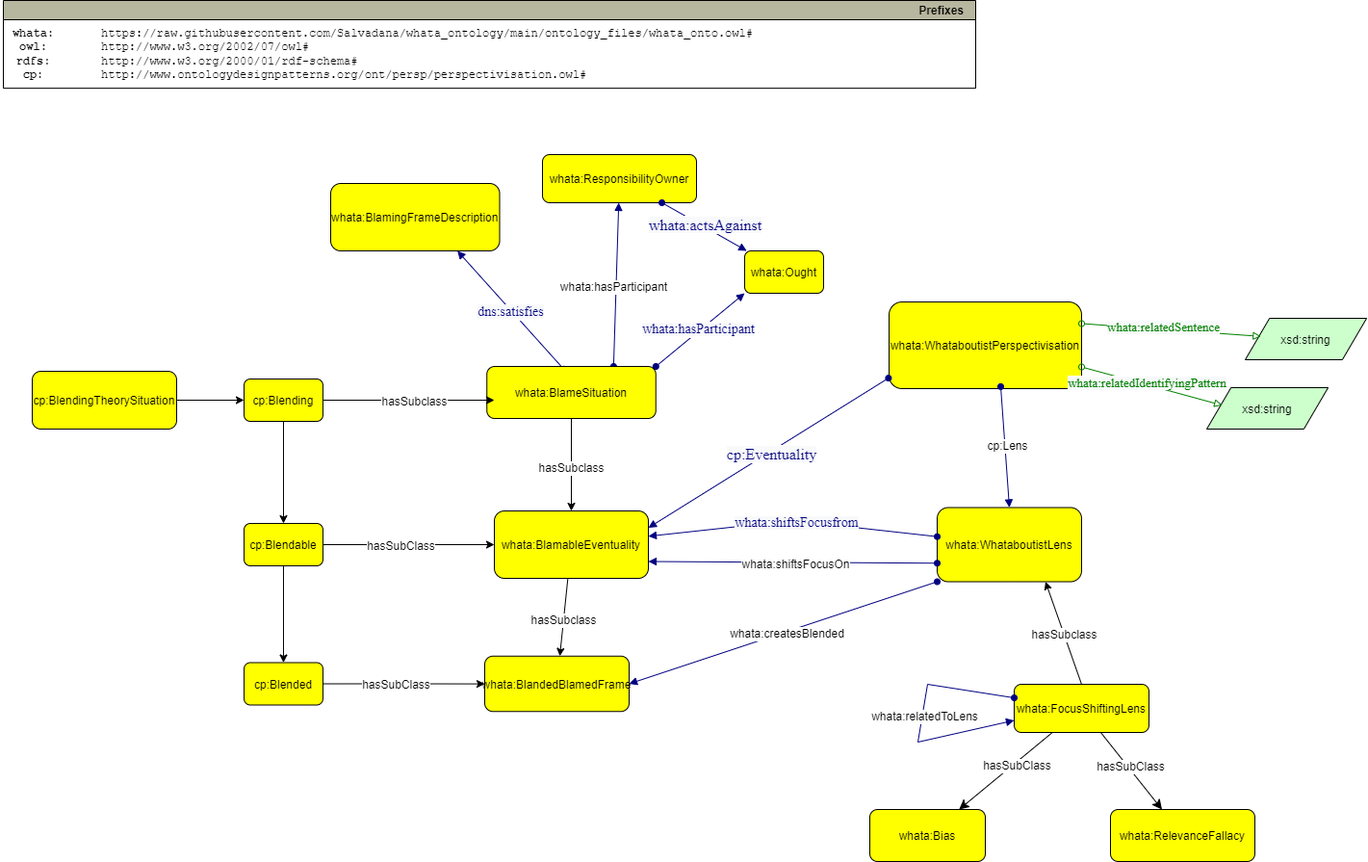
This is ontology/graffoo_core_diagram/whata_core.drawio.png from Salvadana/whata_ontology, a draw.io export, as it was before one commit. Source tidied: cells renumbered, new cells last; positions are measured from the earlier drawing's top-left corner, leaving out a move shared by most shapes.
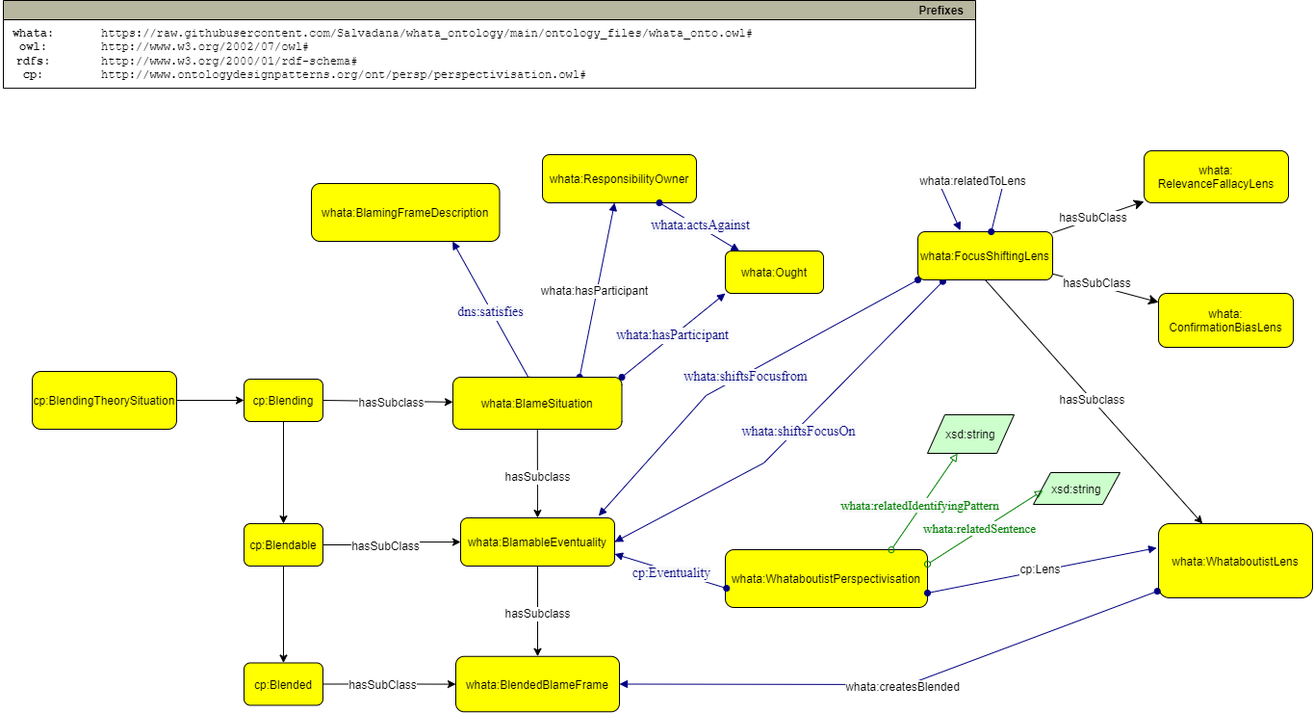
The same file after the commit.

Diff of the diagram source:
```diff
@@ -3,7 +3,7 @@
     <mxCell id="0" />
     <mxCell id="1" parent="0" />
     <mxCell id="2" value="whata:BlamableEventuality" style="graphMlID=n4;shape=rect;rounded=1;arcsize=30;fillColor=#ffff00;strokeColor=#000000;strokeWidth=1.0;" parent="1" vertex="1">
-      <mxGeometry x="514" y="530" width="160" height="70" as="geometry" />
+      <mxGeometry x="479" y="537" width="160" height="50" as="geometry" />
     </mxCell>
     <mxCell id="3" style="edgeStyle=orthogonalEdgeStyle;rounded=0;jettySize=auto;html=1;" parent="1" edge="1" source="4" target="8">
       <mxGeometry relative="1" as="geometry" />
@@ -38,7 +38,7 @@
       <mxGeometry x="564" y="160" width="160" height="50" as="geometry" />
     </mxCell>
     <mxCell id="13" value="whata:Ought" style="graphMlID=n4;shape=rect;rounded=1;arcsize=30;fillColor=#ffff00;strokeColor=#000000;strokeWidth=1.0;" parent="1" vertex="1">
-      <mxGeometry x="774" y="260" width="82" height="44" as="geometry" />
+      <mxGeometry x="754" y="260" width="102" height="44" as="geometry" />
     </mxCell>
     <mxCell id="14" style="graphMlID=e0;rounded=0;endArrow=block;strokeColor=#000080;strokeWidth=1.0;startArrow=oval;startFill=1;endFill=1;exitX=1;exitY=0;exitDx=0;exitDy=0;entryX=0;entryY=1;entryDx=0;entryDy=0;" parent="1" edge="1" source="36" target="13">
       <mxGeometry relative="1" as="geometry" />
@@ -49,30 +49,34 @@
     <mxCell id="16" style="graphMlID=e0;rounded=0;endArrow=block;strokeColor=#000080;strokeWidth=1.0;startArrow=oval;startFill=1;endFill=1;" parent="1" edge="1" source="12" target="13">
       <mxGeometry relative="1" as="geometry" />
     </mxCell>
-    <mxCell id="17" value="&lt;span style=&quot;color: rgb(0 , 0 , 128) ; font-family: &amp;quot;dialog&amp;quot; ; font-size: 16px ; background-color: rgb(248 , 249 , 250)&quot;&gt;whata:actsAgainst&lt;/span&gt;" style="text;html=1;align=center;verticalAlign=middle;labelBackgroundColor=#ffffff;" parent="16" vertex="1">
+    <mxCell id="17" value="&lt;span style=&quot;color: rgb(0, 0, 128); font-family: dialog; background-color: rgb(248, 249, 250);&quot;&gt;&lt;font style=&quot;font-size: 14px;&quot;&gt;whata:actsAgainst&lt;/font&gt;&lt;/span&gt;" style="text;html=1;align=center;verticalAlign=middle;labelBackgroundColor=#ffffff;" parent="16" vertex="1">
       <mxGeometry x="-0.02" y="2" relative="1" as="geometry" />
     </mxCell>
     <mxCell id="18" value="whata:WhataboutistLens" style="graphMlID=n4;shape=rect;rounded=1;arcsize=30;fillColor=#ffff00;strokeColor=#000000;strokeWidth=1.0;" parent="1" vertex="1">
-      <mxGeometry x="974" y="526.5" width="150" height="77" as="geometry" />
+      <mxGeometry x="1204" y="543" width="160" height="77" as="geometry" />
     </mxCell>
-    <mxCell id="19" style="graphMlID=e0;rounded=0;endArrow=block;strokeColor=#000080;strokeWidth=1.0;startArrow=oval;startFill=1;endFill=1;" parent="1" edge="1" source="18" target="2">
+    <mxCell id="19" style="graphMlID=e0;rounded=0;endArrow=block;strokeColor=#000080;strokeWidth=1.0;startArrow=oval;startFill=1;endFill=1;exitX=0;exitY=1;exitDx=0;exitDy=0;entryX=0.896;entryY=-0.043;entryDx=0;entryDy=0;entryPerimeter=0;" parent="1" edge="1" source="41" target="2">
       <mxGeometry relative="1" as="geometry">
         <Array as="points">
-          <mxPoint x="824" y="540" />
+          <mxPoint x="734" y="410" />
         </Array>
       </mxGeometry>
     </mxCell>
     <mxCell id="20" value="&lt;span style=&quot;color: rgb(0, 0, 128); font-family: dialog; background-color: rgb(248, 249, 250);&quot;&gt;&lt;font style=&quot;font-size: 14px;&quot;&gt;whata:shiftsFocusfrom&lt;/font&gt;&lt;/span&gt;" style="text;html=1;align=center;verticalAlign=middle;labelBackgroundColor=#ffffff;" parent="19" vertex="1">
       <mxGeometry x="-0.02" y="2" relative="1" as="geometry" />
     </mxCell>
-    <mxCell id="21" style="graphMlID=e0;rounded=0;endArrow=block;strokeColor=#000080;strokeWidth=1.0;startArrow=oval;startFill=1;endFill=1;entryX=1;entryY=0.75;entryDx=0;entryDy=0;exitX=0;exitY=0.75;exitDx=0;exitDy=0;" parent="1" edge="1" source="18" target="2">
-      <mxGeometry relative="1" as="geometry" />
+    <mxCell id="21" style="graphMlID=e0;rounded=0;endArrow=block;strokeColor=#000080;strokeWidth=1.0;startArrow=oval;startFill=1;endFill=1;entryX=1;entryY=0.5;entryDx=0;entryDy=0;exitX=0.185;exitY=1.033;exitDx=0;exitDy=0;exitPerimeter=0;" parent="1" edge="1" source="41" target="2">
+      <mxGeometry relative="1" as="geometry">
+        <Array as="points">
+          <mxPoint x="794" y="480" />
+        </Array>
+      </mxGeometry>
     </mxCell>
-    <mxCell id="22" value="whata:shiftsFocusOn" style="text;html=1;align=center;verticalAlign=middle;labelBackgroundColor=#ffffff;" parent="21" vertex="1">
+    <mxCell id="22" value="&lt;span style=&quot;color: rgb(0, 0, 128); font-family: dialog; font-size: 14px; background-color: rgb(248, 249, 250);&quot;&gt;whata:shiftsFocusOn&lt;/span&gt;" style="text;html=1;align=center;verticalAlign=middle;labelBackgroundColor=#ffffff;" parent="21" vertex="1">
       <mxGeometry x="-0.02" y="2" relative="1" as="geometry" />
     </mxCell>
     <mxCell id="23" value="whata:BlamingFrameDescription" style="graphMlID=n4;shape=rect;rounded=1;arcsize=30;fillColor=#ffff00;strokeColor=#000000;strokeWidth=1.0;" parent="1" vertex="1">
-      <mxGeometry x="344" y="190" width="175.5" height="70" as="geometry" />
+      <mxGeometry x="324" y="190" width="195.5" height="60" as="geometry" />
     </mxCell>
     <mxCell id="24" style="graphMlID=e0;rounded=0;endArrow=block;strokeColor=#000080;strokeWidth=1.0;startArrow=oval;startFill=1;endFill=1;entryX=0.75;entryY=1;entryDx=0;entryDy=0;exitX=0.455;exitY=0.052;exitDx=0;exitDy=0;exitPerimeter=0;" parent="1" edge="1" source="36" target="23">
       <mxGeometry relative="1" as="geometry" />
@@ -81,15 +85,15 @@
       <mxGeometry x="-0.02" y="2" relative="1" as="geometry" />
     </mxCell>
     <mxCell id="26" value="whata:WhataboutistPerspectivisation" style="graphMlID=n4;shape=rect;rounded=1;arcsize=30;fillColor=#ffff00;strokeColor=#000000;strokeWidth=1.0;" parent="1" vertex="1">
-      <mxGeometry x="924" y="313" width="200" height="90" as="geometry" />
+      <mxGeometry x="754" y="570" width="210" height="60" as="geometry" />
     </mxCell>
-    <mxCell id="27" style="graphMlID=e0;rounded=0;endArrow=block;strokeColor=#000080;strokeWidth=1.0;startArrow=oval;startFill=1;endFill=1;entryX=1;entryY=0.25;entryDx=0;entryDy=0;exitX=-0.003;exitY=0.879;exitDx=0;exitDy=0;exitPerimeter=0;" parent="1" edge="1" source="26" target="2">
+    <mxCell id="27" style="graphMlID=e0;rounded=0;endArrow=block;strokeColor=#000080;strokeWidth=1.0;startArrow=oval;startFill=1;endFill=1;entryX=1;entryY=0.75;entryDx=0;entryDy=0;exitX=0.006;exitY=0.668;exitDx=0;exitDy=0;exitPerimeter=0;" parent="1" edge="1" source="26" target="2">
       <mxGeometry relative="1" as="geometry" />
     </mxCell>
-    <mxCell id="28" value="&lt;span style=&quot;color: rgb(0 , 0 , 128) ; font-family: &amp;quot;dialog&amp;quot; ; font-size: 16px ; background-color: rgb(248 , 249 , 250)&quot;&gt;cp:Eventuality&lt;/span&gt;" style="text;html=1;align=center;verticalAlign=middle;labelBackgroundColor=#ffffff;" parent="27" vertex="1">
+    <mxCell id="28" value="&lt;span style=&quot;color: rgb(0, 0, 128); font-family: dialog; background-color: rgb(248, 249, 250);&quot;&gt;&lt;font style=&quot;font-size: 14px;&quot;&gt;cp:Eventuality&lt;/font&gt;&lt;/span&gt;" style="text;html=1;align=center;verticalAlign=middle;labelBackgroundColor=#ffffff;" parent="27" vertex="1">
       <mxGeometry x="-0.02" y="2" relative="1" as="geometry" />
     </mxCell>
-    <mxCell id="29" style="graphMlID=e0;rounded=0;endArrow=block;strokeColor=#000080;strokeWidth=1.0;startArrow=oval;startFill=1;endFill=1;exitX=0.58;exitY=0.977;exitDx=0;exitDy=0;exitPerimeter=0;entryX=0.5;entryY=0;entryDx=0;entryDy=0;" parent="1" edge="1" source="26" target="18">
+    <mxCell id="29" style="graphMlID=e0;rounded=0;endArrow=block;strokeColor=#000080;strokeWidth=1.0;startArrow=oval;startFill=1;endFill=1;exitX=1;exitY=0.75;exitDx=0;exitDy=0;entryX=-0.012;entryY=0.326;entryDx=0;entryDy=0;entryPerimeter=0;" parent="1" edge="1" source="26" target="18">
       <mxGeometry relative="1" as="geometry" />
     </mxCell>
     <mxCell id="30" value="cp:Lens" style="text;html=1;align=center;verticalAlign=middle;labelBackgroundColor=#ffffff;" parent="29" vertex="1">
@@ -111,7 +115,7 @@
       <mxGeometry x="100" y="21.1" width="700" height="70" as="geometry" />
     </mxCell>
     <mxCell id="36" value="whata:BlameSituation" style="graphMlID=n4;shape=rect;rounded=1;arcsize=30;fillColor=#ffff00;strokeColor=#000000;strokeWidth=1.0;" parent="1" vertex="1">
-      <mxGeometry x="506.2" y="380" width="175.5" height="54" as="geometry" />
+      <mxGeometry x="471" y="391" width="175.5" height="54" as="geometry" />
     </mxCell>
     <mxCell id="37" style="edgeStyle=none;curved=1;rounded=0;jettySize=auto;html=1;fontSize=12;startSize=8;endSize=8;" parent="1" edge="1" source="41" target="61">
       <mxGeometry relative="1" as="geometry" />
@@ -126,9 +130,9 @@
       <mxGeometry x="-0.1" y="2" relative="1" as="geometry" />
     </mxCell>
     <mxCell id="41" value="whata:FocusShiftingLens" style="graphMlID=n4;shape=rect;rounded=1;arcsize=30;fillColor=#ffff00;strokeColor=#000000;strokeWidth=1.0;" parent="1" vertex="1">
-      <mxGeometry x="1054" y="710" width="140" height="50" as="geometry" />
+      <mxGeometry x="954" y="240" width="140" height="50" as="geometry" />
     </mxCell>
-    <mxCell id="42" style="endArrow=classic;html=1;rounded=0;entryX=0.75;entryY=1;entryDx=0;entryDy=0;exitX=0.5;exitY=0;exitDx=0;exitDy=0;" parent="1" edge="1" source="41" target="18">
+    <mxCell id="42" style="endArrow=classic;html=1;rounded=0;exitX=0.5;exitY=1;exitDx=0;exitDy=0;" parent="1" edge="1" source="41" target="18">
       <mxGeometry relative="1" as="geometry" />
     </mxCell>
     <mxCell id="43" value="hasSubclass" style="edgeLabel;html=1;align=center;verticalAlign=middle;fontSize=12;" parent="42" vertex="1">
@@ -141,27 +145,25 @@
       <mxGeometry x="0.05" y="-1" relative="1" as="geometry" />
     </mxCell>
     <mxCell id="46" value="xsd:string" style="graphMlID=n6;shape=parallelogram;fillColor=#ccffcc;strokeColor=#000000;strokeWidth=1.0;" parent="1" vertex="1">
-      <mxGeometry x="1254" y="402" width="126.1" height="43" as="geometry" />
+      <mxGeometry x="964" y="430" width="90" height="40" as="geometry" />
     </mxCell>
-    <mxCell id="47" style="graphMlID=e2;rounded=0;endArrow=block;strokeColor=#008000;strokeWidth=1.0;startArrow=oval;startFill=0;endFill=0;exitX=1;exitY=0.75;exitDx=0;exitDy=0;entryX=0.128;entryY=0.426;entryDx=0;entryDy=0;entryPerimeter=0;" parent="1" edge="1" source="26" target="46">
+    <mxCell id="47" style="graphMlID=e2;rounded=0;endArrow=block;strokeColor=#008000;strokeWidth=1.0;startArrow=oval;startFill=0;endFill=0;exitX=0.821;exitY=0.002;exitDx=0;exitDy=0;exitPerimeter=0;" parent="1" edge="1" source="26" target="46">
       <mxGeometry relative="1" as="geometry" />
     </mxCell>
     <mxCell id="48" value="&lt;span style=&quot;color: rgb(0, 128, 0); font-family: dialog; background-color: rgb(248, 249, 250);&quot;&gt;&lt;font style=&quot;font-size: 13px;&quot;&gt;whata:relatedIdentifyingPattern&lt;/font&gt;&lt;/span&gt;" style="text;html=1;align=center;verticalAlign=middle;labelBackgroundColor=#ffffff;" parent="47" vertex="1">
       <mxGeometry x="-0.09" y="3" relative="1" as="geometry" />
     </mxCell>
     <mxCell id="49" value="xsd:string" style="graphMlID=n6;shape=parallelogram;fillColor=#ccffcc;strokeColor=#000000;strokeWidth=1.0;" parent="1" vertex="1">
-      <mxGeometry x="1294" y="330" width="126.1" height="43" as="geometry" />
+      <mxGeometry x="1074" y="490" width="90" height="33" as="geometry" />
     </mxCell>
-    <mxCell id="50" style="endArrow=classic;html=1;rounded=0;exitX=1;exitY=0.5;exitDx=0;exitDy=0;" parent="1" edge="1" source="4">
-      <mxGeometry relative="1" as="geometry">
-        <mxPoint x="514" y="415" as="targetPoint" />
-      </mxGeometry>
+    <mxCell id="50" style="endArrow=classic;html=1;rounded=0;exitX=1;exitY=0.5;exitDx=0;exitDy=0;" parent="1" edge="1" source="4" target="36">
+      <mxGeometry relative="1" as="geometry" />
     </mxCell>
     <mxCell id="51" value="hasSubclass" style="edgeLabel;html=1;align=center;verticalAlign=middle;fontSize=12;" parent="50" vertex="1">
       <mxGeometry x="0.05" y="-1" relative="1" as="geometry" />
     </mxCell>
-    <mxCell id="52" value="whata:BlandedBlamedFrame" style="graphMlID=n4;shape=rect;rounded=1;arcsize=30;fillColor=#ffff00;strokeColor=#000000;strokeWidth=1.0;" parent="1" vertex="1">
-      <mxGeometry x="504" y="680.8" width="150" height="57.5" as="geometry" />
+    <mxCell id="52" value="whata:BlendedBlameFrame" style="graphMlID=n4;shape=rect;rounded=1;arcsize=30;fillColor=#ffff00;strokeColor=#000000;strokeWidth=1.0;" parent="1" vertex="1">
+      <mxGeometry x="474" y="680.8" width="170" height="57.5" as="geometry" />
     </mxCell>
     <mxCell id="53" style="edgeStyle=orthogonalEdgeStyle;rounded=0;jettySize=auto;html=1;exitX=1;exitY=0.5;exitDx=0;exitDy=0;" parent="1" edge="1" source="9" target="52">
       <mxGeometry relative="1" as="geometry" />
@@ -175,34 +177,44 @@
     <mxCell id="56" value="hasSubclass" style="edgeLabel;html=1;align=center;verticalAlign=middle;fontSize=12;" parent="55" vertex="1">
       <mxGeometry x="0.05" y="-1" relative="1" as="geometry" />
     </mxCell>
-    <mxCell id="57" style="graphMlID=e0;rounded=0;endArrow=block;strokeColor=#000080;strokeWidth=1.0;startArrow=oval;startFill=1;endFill=1;entryX=1;entryY=0.5;entryDx=0;entryDy=0;exitX=0;exitY=1;exitDx=0;exitDy=0;" parent="1" edge="1" source="18" target="52">
-      <mxGeometry relative="1" as="geometry" />
+    <mxCell id="57" style="graphMlID=e0;rounded=0;endArrow=block;strokeColor=#000080;strokeWidth=1.0;startArrow=oval;startFill=1;endFill=1;entryX=1;entryY=0.5;entryDx=0;entryDy=0;exitX=-0.008;exitY=0.911;exitDx=0;exitDy=0;exitPerimeter=0;" parent="1" edge="1" source="18" target="52">
+      <mxGeometry relative="1" as="geometry">
+        <Array as="points">
+          <mxPoint x="944" y="710" />
+        </Array>
+      </mxGeometry>
     </mxCell>
     <mxCell id="58" value="whata:createsBlended" style="text;html=1;align=center;verticalAlign=middle;labelBackgroundColor=#ffffff;" parent="57" vertex="1">
       <mxGeometry x="-0.02" y="2" relative="1" as="geometry" />
     </mxCell>
-    <mxCell id="59" style="graphMlID=e0;rounded=0;endArrow=block;strokeColor=#000080;strokeWidth=1.0;startArrow=oval;startFill=1;endFill=1;entryX=0;entryY=0.75;entryDx=0;entryDy=0;" parent="1" edge="1" source="41" target="41">
+    <mxCell id="59" style="graphMlID=e0;rounded=0;endArrow=block;strokeColor=#000080;strokeWidth=1.0;startArrow=oval;startFill=1;endFill=1;entryX=0.315;entryY=-0.028;entryDx=0;entryDy=0;entryPerimeter=0;" parent="1" edge="1" source="41" target="41">
       <mxGeometry relative="1" as="geometry">
         <Array as="points">
-          <mxPoint x="964" y="710" />
-          <mxPoint x="954" y="770" />
+          <mxPoint x="1044" y="185" />
+          <mxPoint x="974" y="185" />
         </Array>
       </mxGeometry>
     </mxCell>
     <mxCell id="60" value="whata:relatedToLens" style="text;html=1;align=center;verticalAlign=middle;labelBackgroundColor=#ffffff;" parent="59" vertex="1">
       <mxGeometry x="-0.02" y="2" relative="1" as="geometry" />
     </mxCell>
-    <mxCell id="61" value="whata:Bias" style="graphMlID=n4;shape=rect;rounded=1;arcsize=30;fillColor=#ffff00;strokeColor=#000000;strokeWidth=1.0;" parent="1" vertex="1">
-      <mxGeometry x="904" y="840" width="120" height="54" as="geometry" />
+    <mxCell id="61" value="whata:&#10;ConfirmationBiasLens" style="graphMlID=n4;shape=rect;rounded=1;arcsize=30;fillColor=#ffff00;strokeColor=#000000;strokeWidth=1.0;" parent="1" vertex="1">
+      <mxGeometry x="1204" y="304" width="140" height="56" as="geometry" />
     </mxCell>
-    <mxCell id="62" value="whata:RelevanceFallacy" style="graphMlID=n4;shape=rect;rounded=1;arcsize=30;fillColor=#ffff00;strokeColor=#000000;strokeWidth=1.0;" parent="1" vertex="1">
-      <mxGeometry x="1154" y="840" width="150" height="54" as="geometry" />
+    <mxCell id="62" value="whata:&#10;RelevanceFallacyLens" style="graphMlID=n4;shape=rect;rounded=1;arcsize=30;fillColor=#ffff00;strokeColor=#000000;strokeWidth=1.0;" parent="1" vertex="1">
+      <mxGeometry x="1189" y="156" width="150" height="54" as="geometry" />
     </mxCell>
-    <mxCell id="63" style="graphMlID=e2;rounded=0;endArrow=block;strokeColor=#008000;strokeWidth=1.0;startArrow=oval;startFill=0;endFill=0;exitX=1;exitY=0.25;exitDx=0;exitDy=0;entryX=0.13;entryY=0.437;entryDx=0;entryDy=0;entryPerimeter=0;" parent="1" edge="1" source="26" target="49">
+    <mxCell id="63" style="graphMlID=e2;rounded=0;endArrow=block;strokeColor=#008000;strokeWidth=1.0;startArrow=oval;startFill=0;endFill=0;exitX=1;exitY=0.25;exitDx=0;exitDy=0;entryX=0.11;entryY=0.561;entryDx=0;entryDy=0;entryPerimeter=0;" parent="1" edge="1" source="26" target="49">
       <mxGeometry relative="1" as="geometry" />
     </mxCell>
     <mxCell id="64" value="&lt;span style=&quot;color: rgb(0, 128, 0); font-family: dialog; background-color: rgb(248, 249, 250);&quot;&gt;&lt;font style=&quot;font-size: 13px;&quot;&gt;whata:relatedSentence&lt;/font&gt;&lt;/span&gt;" style="text;html=1;align=center;verticalAlign=middle;labelBackgroundColor=#ffffff;" parent="63" vertex="1">
       <mxGeometry x="-0.09" y="3" relative="1" as="geometry" />
     </mxCell>
+    <mxCell id="65" style="edgeStyle=none;curved=1;rounded=0;orthogonalLoop=1;jettySize=auto;html=1;exitX=0.5;exitY=1;exitDx=0;exitDy=0;fontSize=12;startSize=8;endSize=8;" parent="1" edge="1" source="46" target="46">
+      <mxGeometry relative="1" as="geometry" />
+    </mxCell>
+    <mxCell id="66" style="edgeStyle=none;curved=1;rounded=0;orthogonalLoop=1;jettySize=auto;html=1;exitX=0.5;exitY=1;exitDx=0;exitDy=0;fontSize=12;startSize=8;endSize=8;" parent="1" edge="1" source="49" target="49">
+      <mxGeometry relative="1" as="geometry" />
+    </mxCell>
   </root>
 </mxGraphModel>
```
